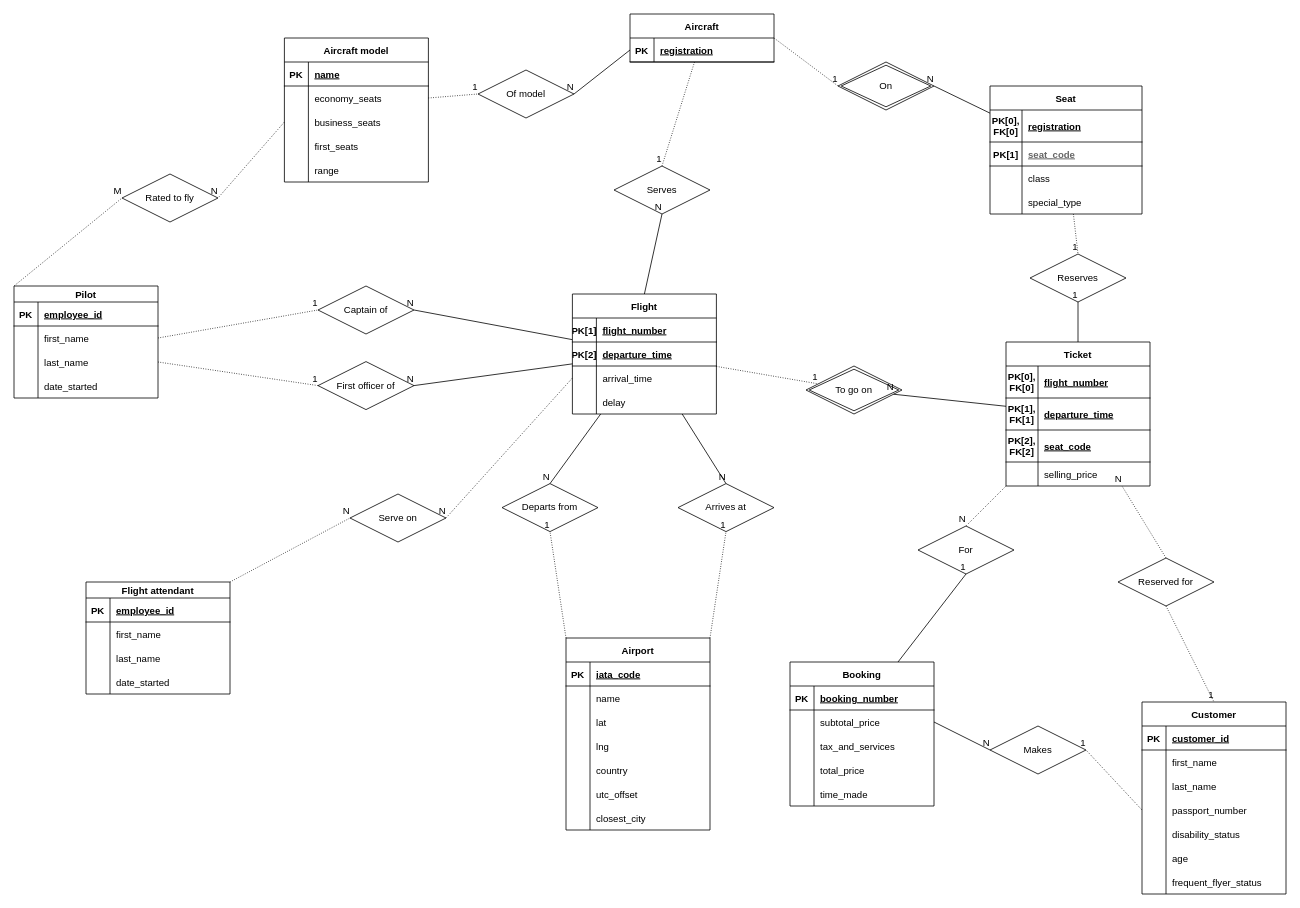
This is Airline system ER diagram.drawio from lyulka/comp3278, a draw.io file, before an edit. Source tidied: cells renumbered, new cells numbered last; positions are measured from the earlier drawing's top-left corner, leaving out a move shared by most shapes. Both pictures are drawn from the tidied source at 80%, with x=0, y=0 at pixel (14, 14).
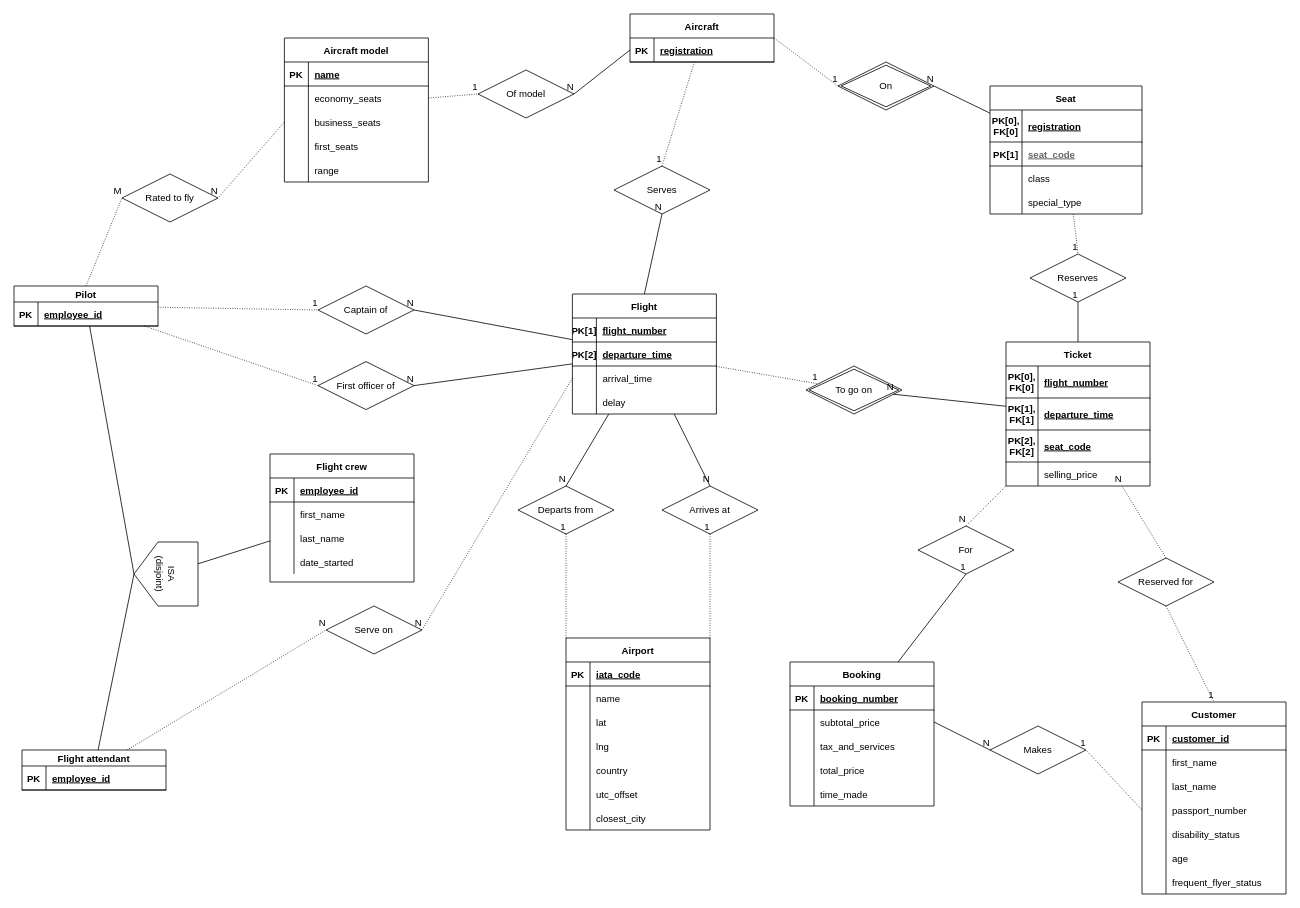
After the change.

Commit message:
Make pilots and flight attendants specialization of flight crew.

Unchanged cells that the change refers to:
```xml
<mxCell id="54" value="Captain of" style="shape=rhombus;perimeter=rhombusPerimeter;whiteSpace=wrap;html=1;align=center;" parent="1" vertex="1">
  <mxGeometry x="380" y="340" width="120" height="60" as="geometry" />
</mxCell>
<mxCell id="55" value="First officer of" style="shape=rhombus;perimeter=rhombusPerimeter;whiteSpace=wrap;html=1;align=center;" parent="1" vertex="1">
  <mxGeometry x="380" y="434.5" width="120" height="60" as="geometry" />
</mxCell>
<mxCell id="58" value="Rated to fly" style="shape=rhombus;perimeter=rhombusPerimeter;whiteSpace=wrap;html=1;align=center;" parent="1" vertex="1">
  <mxGeometry x="135" y="200" width="120" height="60" as="geometry" />
</mxCell>
```

Diff of the diagram source:
```diff
@@
     <mxCell id="52" value="Departs from" style="shape=rhombus;perimeter=rhombusPerimeter;whiteSpace=wrap;html=1;align=center;" parent="1" vertex="1">
-      <mxGeometry x="610" y="587" width="120" height="60" as="geometry" />
+      <mxGeometry x="630" y="590" width="120" height="60" as="geometry" />
     </mxCell>
     <mxCell id="53" value="Arrives at" style="shape=rhombus;perimeter=rhombusPerimeter;whiteSpace=wrap;html=1;align=center;" parent="1" vertex="1">
-      <mxGeometry x="830" y="587" width="120" height="60" as="geometry" />
+      <mxGeometry x="810" y="590" width="120" height="60" as="geometry" />
     </mxCell>
@@
     <mxCell id="56" value="Serve on" style="shape=rhombus;perimeter=rhombusPerimeter;whiteSpace=wrap;html=1;align=center;" parent="1" vertex="1">
-      <mxGeometry x="420" y="600" width="120" height="60" as="geometry" />
+      <mxGeometry x="390" y="740" width="120" height="60" as="geometry" />
     </mxCell>
@@
-    <mxCell id="59" style="endArrow=none;html=1;rounded=0;dashed=1;dashPattern=1 2;exitX=0;exitY=0;exitDx=0;exitDy=0;entryX=0;entryY=0.5;entryDx=0;entryDy=0;" parent="1" edge="1" source="61" target="58">
+    <mxCell id="59" style="endArrow=none;html=1;rounded=0;dashed=1;dashPattern=1 2;entryX=0;entryY=0.5;entryDx=0;entryDy=0;exitX=0.5;exitY=0;exitDx=0;exitDy=0;" parent="1" edge="1" source="61" target="58">
       <mxGeometry relative="1" as="geometry" />
     </mxCell>
@@
     <mxCell id="61" value="Pilot" style="shape=table;startSize=20;childLayout=tableLayout;rowLines=0;fontStyle=1;align=center;" parent="1" vertex="1">
-      <mxGeometry y="340" width="180" height="140" as="geometry" />
+      <mxGeometry y="340" width="180" height="50" as="geometry" />
     </mxCell>
@@
-    <mxCell id="65" style="shape=partialRectangle;fillColor=none;top=0;left=0;bottom=0;right=0;points=[[0,0.5],[1,0.5]];portConstraint=eastwest;" parent="61" vertex="1">
-      <mxGeometry y="50" width="180" height="30" as="geometry" />
-    </mxCell>
-    <mxCell id="66" style="shape=partialRectangle;fillColor=none;top=0;left=0;bottom=0;right=0;overflow=hidden;" parent="65" vertex="1">
-      <mxGeometry width="30" height="30" as="geometry" />
-    </mxCell>
-    <mxCell id="67" value="first_name" style="shape=partialRectangle;fillColor=none;top=0;left=0;bottom=0;right=0;align=left;spacingLeft=6;overflow=hidden;" parent="65" vertex="1">
-      <mxGeometry x="30" width="150" height="30" as="geometry" />
-    </mxCell>
-    <mxCell id="68" style="shape=partialRectangle;fillColor=none;top=0;left=0;bottom=0;right=0;points=[[0,0.5],[1,0.5]];portConstraint=eastwest;" parent="61" vertex="1">
-      <mxGeometry y="80" width="180" height="30" as="geometry" />
-    </mxCell>
-    <mxCell id="69" style="shape=partialRectangle;fillColor=none;top=0;left=0;bottom=0;right=0;overflow=hidden;" parent="68" vertex="1">
-      <mxGeometry width="30" height="30" as="geometry" />
-    </mxCell>
-    <mxCell id="70" value="last_name" style="shape=partialRectangle;fillColor=none;top=0;left=0;bottom=0;right=0;align=left;spacingLeft=6;overflow=hidden;" parent="68" vertex="1">
-      <mxGeometry x="30" width="150" height="30" as="geometry" />
-    </mxCell>
-    <mxCell id="71" style="shape=partialRectangle;fillColor=none;top=0;left=0;bottom=0;right=0;" parent="61" vertex="1">
-      <mxGeometry y="110" width="180" height="30" as="geometry" />
-    </mxCell>
-    <mxCell id="72" style="shape=partialRectangle;fillColor=none;top=0;left=0;bottom=0;right=0;overflow=hidden;" parent="71" vertex="1">
-      <mxGeometry width="30" height="30" as="geometry" />
-    </mxCell>
-    <mxCell id="73" value="date_started" style="shape=partialRectangle;fillColor=none;top=0;left=0;bottom=0;right=0;align=left;spacingLeft=6;overflow=hidden;" parent="71" vertex="1">
-      <mxGeometry x="30" width="150" height="30" as="geometry" />
-    </mxCell>
-    <mxCell id="74" style="endArrow=none;html=1;rounded=0;dashed=1;dashPattern=1 2;exitX=1;exitY=0;exitDx=0;exitDy=0;entryX=0;entryY=0.5;entryDx=0;entryDy=0;" parent="1" edge="1" source="76" target="56">
+    <mxCell id="74" style="endArrow=none;html=1;rounded=0;dashed=1;dashPattern=1 2;entryX=0;entryY=0.5;entryDx=0;entryDy=0;" parent="1" edge="1" source="76" target="56">
       <mxGeometry relative="1" as="geometry" />
     </mxCell>
@@
-    <mxCell id="76" value="Flight attendant" style="shape=table;startSize=20;childLayout=tableLayout;rowLines=0;fontStyle=1;align=center;" parent="1" vertex="1">
-      <mxGeometry x="90" y="710" width="180" height="140" as="geometry" />
-    </mxCell>
-    <mxCell id="77" style="shape=partialRectangle;fillColor=none;top=0;left=0;bottom=1;right=0;" parent="76" vertex="1">
-      <mxGeometry y="20" width="180" height="30" as="geometry" />
-    </mxCell>
-    <mxCell id="78" value="PK" style="shape=partialRectangle;fillColor=none;top=0;left=0;bottom=0;right=0;fontStyle=1;overflow=hidden;" parent="77" vertex="1">
-      <mxGeometry width="30" height="30" as="geometry" />
-    </mxCell>
-    <mxCell id="79" value="employee_id" style="shape=partialRectangle;fillColor=none;top=0;left=0;bottom=0;right=0;align=left;spacingLeft=6;fontStyle=5;overflow=hidden;" parent="77" vertex="1">
-      <mxGeometry x="30" width="150" height="30" as="geometry" />
-    </mxCell>
-    <mxCell id="80" style="shape=partialRectangle;fillColor=none;top=0;left=0;bottom=0;right=0;" parent="76" vertex="1">
-      <mxGeometry y="50" width="180" height="30" as="geometry" />
-    </mxCell>
-    <mxCell id="81" style="shape=partialRectangle;fillColor=none;top=0;left=0;bottom=0;right=0;overflow=hidden;" parent="80" vertex="1">
-      <mxGeometry width="30" height="30" as="geometry" />
-    </mxCell>
-    <mxCell id="82" value="first_name" style="shape=partialRectangle;fillColor=none;top=0;left=0;bottom=0;right=0;align=left;spacingLeft=6;overflow=hidden;" parent="80" vertex="1">
-      <mxGeometry x="30" width="150" height="30" as="geometry" />
-    </mxCell>
-    <mxCell id="83" style="shape=partialRectangle;fillColor=none;top=0;left=0;bottom=0;right=0;" parent="76" vertex="1">
-      <mxGeometry y="80" width="180" height="30" as="geometry" />
-    </mxCell>
-    <mxCell id="84" style="shape=partialRectangle;fillColor=none;top=0;left=0;bottom=0;right=0;overflow=hidden;" parent="83" vertex="1">
-      <mxGeometry width="30" height="30" as="geometry" />
-    </mxCell>
-    <mxCell id="85" value="last_name" style="shape=partialRectangle;fillColor=none;top=0;left=0;bottom=0;right=0;align=left;spacingLeft=6;overflow=hidden;" parent="83" vertex="1">
-      <mxGeometry x="30" width="150" height="30" as="geometry" />
-    </mxCell>
-    <mxCell id="86" style="shape=partialRectangle;fillColor=none;top=0;left=0;bottom=0;right=0;" parent="76" vertex="1">
-      <mxGeometry y="110" width="180" height="30" as="geometry" />
-    </mxCell>
-    <mxCell id="87" style="shape=partialRectangle;fillColor=none;top=0;left=0;bottom=0;right=0;overflow=hidden;" parent="86" vertex="1">
-      <mxGeometry width="30" height="30" as="geometry" />
-    </mxCell>
-    <mxCell id="88" value="date_started" style="shape=partialRectangle;fillColor=none;top=0;left=0;bottom=0;right=0;align=left;spacingLeft=6;overflow=hidden;" parent="86" vertex="1">
-      <mxGeometry x="30" width="150" height="30" as="geometry" />
-    </mxCell>
@@
-    <mxCell id="197" style="endArrow=none;html=1;rounded=0;dashed=1;dashPattern=1 2;exitX=1;exitY=0.5;exitDx=0;exitDy=0;entryX=0;entryY=0.5;entryDx=0;entryDy=0;" parent="1" edge="1" source="65" target="54">
+    <mxCell id="197" style="endArrow=none;html=1;rounded=0;dashed=1;dashPattern=1 2;entryX=0;entryY=0.5;entryDx=0;entryDy=0;" parent="1" edge="1" source="61" target="54">
       <mxGeometry relative="1" as="geometry" />
     </mxCell>
@@
-    <mxCell id="203" style="endArrow=none;html=1;rounded=0;dashed=1;dashPattern=1 2;exitX=1;exitY=0.5;exitDx=0;exitDy=0;entryX=0;entryY=0.5;entryDx=0;entryDy=0;" parent="1" edge="1" source="68" target="55">
+    <mxCell id="203" style="endArrow=none;html=1;rounded=0;dashed=1;dashPattern=1 2;entryX=0;entryY=0.5;entryDx=0;entryDy=0;" parent="1" edge="1" source="61" target="55">
       <mxGeometry relative="1" as="geometry" />
     </mxCell>
@@
+    <mxCell id="217" value="ISA&lt;br&gt;(disjoint)" style="shape=offPageConnector;whiteSpace=wrap;html=1;rotation=90;" parent="1" vertex="1">
+      <mxGeometry x="150" y="660" width="80" height="80" as="geometry" />
+    </mxCell>
+    <mxCell id="218" style="endArrow=none;html=1;rounded=0;fontColor=#000000;exitX=0.5;exitY=1;exitDx=0;exitDy=0;" parent="1" edge="1" source="217" target="76">
+      <mxGeometry relative="1" as="geometry" />
+    </mxCell>
+    <mxCell id="219" style="endArrow=none;html=1;rounded=0;fontColor=#000000;entryX=0.5;entryY=1;entryDx=0;entryDy=0;" parent="1" edge="1" source="61" target="217">
+      <mxGeometry relative="1" as="geometry" />
+    </mxCell>
+    <mxCell id="76" value="Flight attendant" style="shape=table;startSize=20;childLayout=tableLayout;rowLines=0;fontStyle=1;align=center;" parent="1" vertex="1">
+      <mxGeometry x="10" y="920" width="180" height="50" as="geometry" />
+    </mxCell>
+    <mxCell id="77" style="shape=partialRectangle;fillColor=none;top=0;left=0;bottom=1;right=0;" parent="76" vertex="1">
+      <mxGeometry y="20" width="180" height="30" as="geometry" />
+    </mxCell>
+    <mxCell id="78" value="PK" style="shape=partialRectangle;fillColor=none;top=0;left=0;bottom=0;right=0;fontStyle=1;overflow=hidden;" parent="77" vertex="1">
+      <mxGeometry width="30" height="30" as="geometry" />
+    </mxCell>
+    <mxCell id="79" value="employee_id" style="shape=partialRectangle;fillColor=none;top=0;left=0;bottom=0;right=0;align=left;spacingLeft=6;fontStyle=5;overflow=hidden;" parent="77" vertex="1">
+      <mxGeometry x="30" width="150" height="30" as="geometry" />
+    </mxCell>
+    <mxCell id="220" style="endArrow=none;html=1;rounded=0;fontColor=#000000;" parent="1" edge="1" source="217" target="221">
+      <mxGeometry relative="1" as="geometry" />
+    </mxCell>
+    <mxCell id="221" value="Flight crew" style="shape=table;startSize=30;childLayout=tableLayout;rowLines=0;fontStyle=1;align=center;fontColor=#000000;html=0;" parent="1" vertex="1">
+      <mxGeometry x="320" y="550" width="180" height="160" as="geometry" />
+    </mxCell>
+    <mxCell id="222" style="shape=partialRectangle;fillColor=none;top=0;left=0;bottom=1;right=0;" parent="221" vertex="1">
+      <mxGeometry y="30" width="180" height="30" as="geometry" />
+    </mxCell>
+    <mxCell id="223" value="PK" style="shape=partialRectangle;fillColor=none;top=0;left=0;bottom=0;right=0;fontStyle=1;overflow=hidden;" parent="222" vertex="1">
+      <mxGeometry width="30" height="30" as="geometry" />
+    </mxCell>
+    <mxCell id="224" value="employee_id" style="shape=partialRectangle;fillColor=none;top=0;left=0;bottom=0;right=0;align=left;spacingLeft=6;fontStyle=5;overflow=hidden;" parent="222" vertex="1">
+      <mxGeometry x="30" width="150" height="30" as="geometry" />
+    </mxCell>
+    <mxCell id="225" style="shape=partialRectangle;fillColor=none;top=0;left=0;bottom=0;right=0;" parent="221" vertex="1">
+      <mxGeometry y="60" width="180" height="30" as="geometry" />
+    </mxCell>
+    <mxCell id="226" style="shape=partialRectangle;fillColor=none;top=0;left=0;bottom=0;right=0;overflow=hidden;" parent="225" vertex="1">
+      <mxGeometry width="30" height="30" as="geometry" />
+    </mxCell>
+    <mxCell id="227" value="first_name" style="shape=partialRectangle;fillColor=none;top=0;left=0;bottom=0;right=0;align=left;spacingLeft=6;overflow=hidden;" parent="225" vertex="1">
+      <mxGeometry x="30" width="150" height="30" as="geometry" />
+    </mxCell>
+    <mxCell id="228" style="shape=partialRectangle;fillColor=none;top=0;left=0;bottom=0;right=0;" parent="221" vertex="1">
+      <mxGeometry y="90" width="180" height="30" as="geometry" />
+    </mxCell>
+    <mxCell id="229" style="shape=partialRectangle;fillColor=none;top=0;left=0;bottom=0;right=0;overflow=hidden;" parent="228" vertex="1">
+      <mxGeometry width="30" height="30" as="geometry" />
+    </mxCell>
+    <mxCell id="230" value="last_name" style="shape=partialRectangle;fillColor=none;top=0;left=0;bottom=0;right=0;align=left;spacingLeft=6;overflow=hidden;" parent="228" vertex="1">
+      <mxGeometry x="30" width="150" height="30" as="geometry" />
+    </mxCell>
+    <mxCell id="231" style="shape=partialRectangle;fillColor=none;top=0;left=0;bottom=0;right=0;" parent="221" vertex="1">
+      <mxGeometry y="120" width="180" height="30" as="geometry" />
+    </mxCell>
+    <mxCell id="232" style="shape=partialRectangle;fillColor=none;top=0;left=0;bottom=0;right=0;overflow=hidden;" parent="231" vertex="1">
+      <mxGeometry width="30" height="30" as="geometry" />
+    </mxCell>
+    <mxCell id="233" value="date_started" style="shape=partialRectangle;fillColor=none;top=0;left=0;bottom=0;right=0;align=left;spacingLeft=6;overflow=hidden;" parent="231" vertex="1">
+      <mxGeometry x="30" width="150" height="30" as="geometry" />
+    </mxCell>
```
